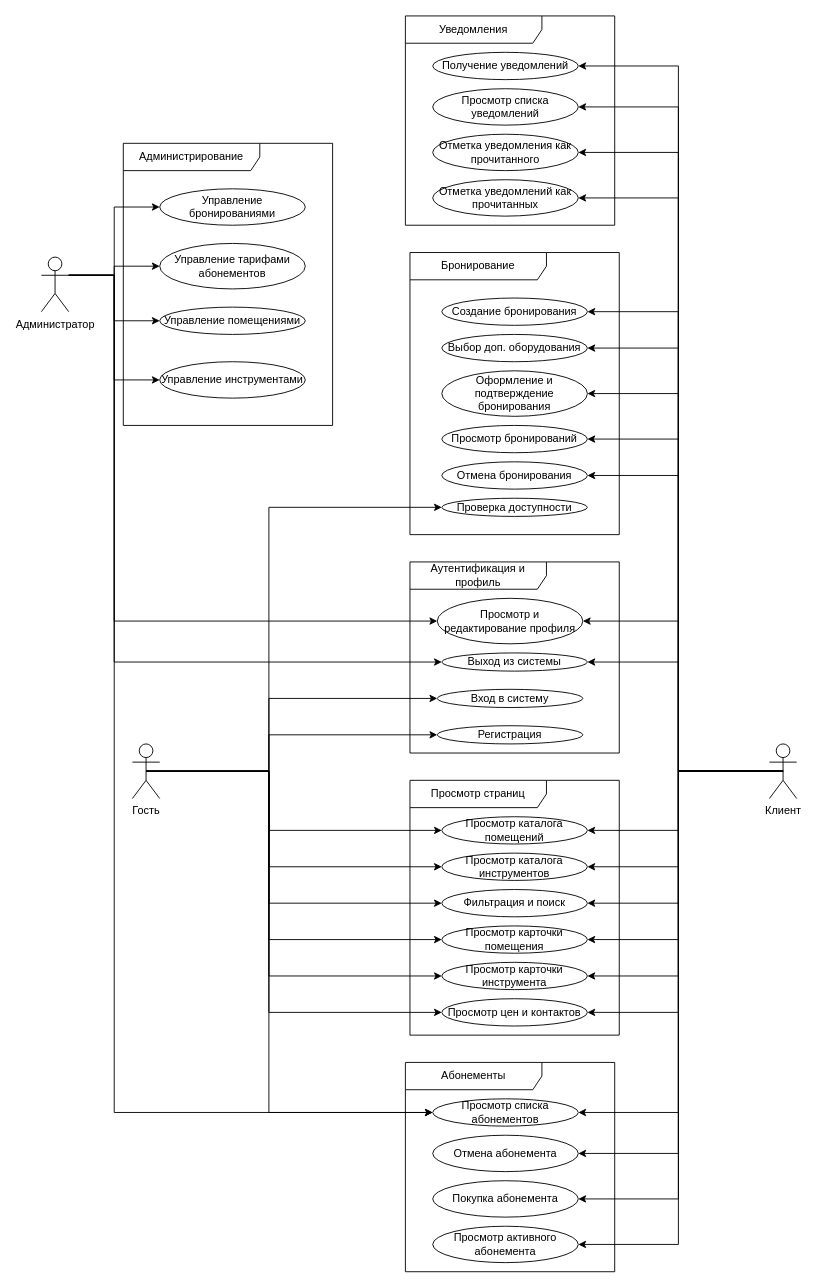
Before: page "Диаграмма вариантов использования (Use Case Diagram)" (1 of 3) of diploma_diagrams.drawio in limdizz/norbit-practice-project, a draw.io diagram. Source tidied: cells renumbered, new cells numbered last; positions are measured from the earlier drawing's top-left corner, leaving out a move shared by most shapes. Both pictures are drawn from the tidied source at 91%, with x=0, y=0 at pixel (41, 15).
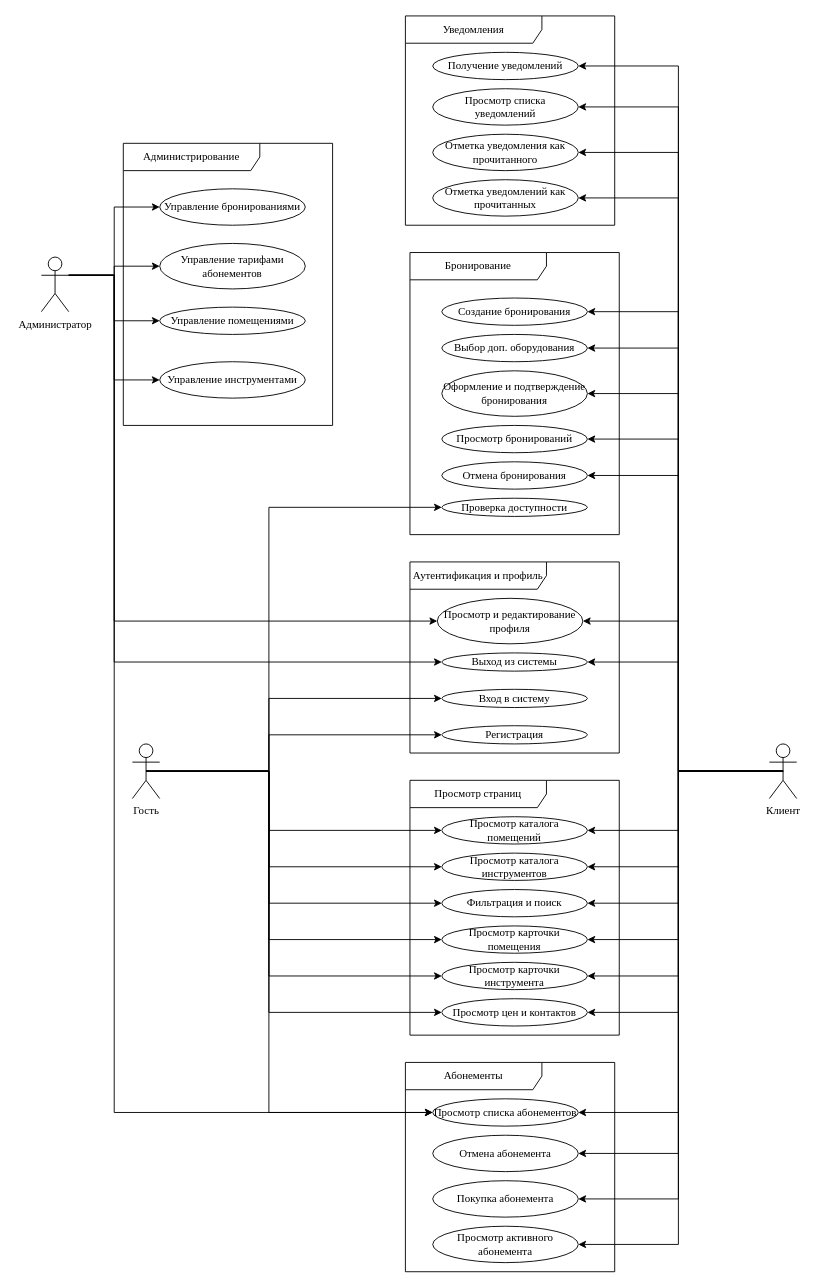
The same diagram, later.

Diff of the diagram source:
```diff
@@
-    <mxCell id="9" value="Администратор" style="shape=umlActor;verticalLabelPosition=bottom;verticalAlign=top;html=1;outlineConnect=0;" parent="1" vertex="1">
+    <mxCell id="9" value="&lt;font face=&quot;Times New Roman&quot;&gt;Администратор&lt;/font&gt;" style="shape=umlActor;verticalLabelPosition=bottom;verticalAlign=top;html=1;outlineConnect=0;" parent="1" vertex="1">
       <mxGeometry y="265" width="30" height="60" as="geometry" />
     </mxCell>
-    <mxCell id="10" value="Администрирование" style="shape=umlFrame;whiteSpace=wrap;html=1;width=150;height=30;" parent="1" vertex="1">
+    <mxCell id="10" value="&lt;font face=&quot;Times New Roman&quot;&gt;Администрирование&lt;/font&gt;" style="shape=umlFrame;whiteSpace=wrap;html=1;width=150;height=30;" parent="1" vertex="1">
       <mxGeometry x="90" y="140" width="230" height="310" as="geometry" />
     </mxCell>
-    <mxCell id="11" value="Управление бронированиями" style="ellipse;whiteSpace=wrap;html=1;" parent="1" vertex="1">
+    <mxCell id="11" value="&lt;font face=&quot;Times New Roman&quot;&gt;Управление бронированиями&lt;/font&gt;" style="ellipse;whiteSpace=wrap;html=1;" parent="1" vertex="1">
       <mxGeometry x="130" y="190" width="160" height="40" as="geometry" />
     </mxCell>
-    <mxCell id="12" value="Управление тарифами абонементов" style="ellipse;whiteSpace=wrap;html=1;" parent="1" vertex="1">
+    <mxCell id="12" value="&lt;font face=&quot;Times New Roman&quot;&gt;Управление тарифами абонементов&lt;/font&gt;" style="ellipse;whiteSpace=wrap;html=1;" parent="1" vertex="1">
       <mxGeometry x="130" y="250" width="160" height="50" as="geometry" />
     </mxCell>
-    <mxCell id="13" value="Управление помещениями" style="ellipse;whiteSpace=wrap;html=1;" parent="1" vertex="1">
+    <mxCell id="13" value="&lt;font face=&quot;Times New Roman&quot;&gt;Управление помещениями&lt;/font&gt;" style="ellipse;whiteSpace=wrap;html=1;" parent="1" vertex="1">
       <mxGeometry x="130" y="320" width="160" height="30" as="geometry" />
     </mxCell>
-    <mxCell id="14" value="Управление инструментами" style="ellipse;whiteSpace=wrap;html=1;" parent="1" vertex="1">
+    <mxCell id="14" value="&lt;font face=&quot;Times New Roman&quot;&gt;Управление инструментами&lt;/font&gt;" style="ellipse;whiteSpace=wrap;html=1;" parent="1" vertex="1">
       <mxGeometry x="130" y="380" width="160" height="40" as="geometry" />
     </mxCell>
@@
-    <mxCell id="36" value="Клиент" style="shape=umlActor;verticalLabelPosition=bottom;verticalAlign=top;html=1;" parent="1" vertex="1">
+    <mxCell id="36" value="&lt;font face=&quot;Times New Roman&quot;&gt;Клиент&lt;/font&gt;" style="shape=umlActor;verticalLabelPosition=bottom;verticalAlign=top;html=1;" parent="1" vertex="1">
       <mxGeometry x="800" y="800" width="30" height="60" as="geometry" />
     </mxCell>
@@
-    <mxCell id="47" value="Гость" style="shape=umlActor;verticalLabelPosition=bottom;verticalAlign=top;html=1;" parent="1" vertex="1">
+    <mxCell id="47" value="&lt;font face=&quot;Times New Roman&quot;&gt;Гость&lt;/font&gt;" style="shape=umlActor;verticalLabelPosition=bottom;verticalAlign=top;html=1;" parent="1" vertex="1">
       <mxGeometry x="100" y="800" width="30" height="60" as="geometry" />
     </mxCell>
-    <mxCell id="48" value="Бронирование" style="shape=umlFrame;whiteSpace=wrap;html=1;width=150;height=30;" parent="1" vertex="1">
+    <mxCell id="48" value="&lt;font face=&quot;Times New Roman&quot;&gt;Бронирование&lt;/font&gt;" style="shape=umlFrame;whiteSpace=wrap;html=1;width=150;height=30;" parent="1" vertex="1">
       <mxGeometry x="405" y="260" width="230" height="310" as="geometry" />
     </mxCell>
-    <mxCell id="49" value="Создание бронирования" style="ellipse;whiteSpace=wrap;html=1;" parent="1" vertex="1">
+    <mxCell id="49" value="&lt;font face=&quot;Times New Roman&quot;&gt;Создание бронирования&lt;/font&gt;" style="ellipse;whiteSpace=wrap;html=1;" parent="1" vertex="1">
       <mxGeometry x="440" y="310" width="160" height="30" as="geometry" />
     </mxCell>
-    <mxCell id="50" value="Выбор доп. оборудования" style="ellipse;whiteSpace=wrap;html=1;" parent="1" vertex="1">
+    <mxCell id="50" value="&lt;font face=&quot;Times New Roman&quot;&gt;Выбор доп. оборудования&lt;/font&gt;" style="ellipse;whiteSpace=wrap;html=1;" parent="1" vertex="1">
       <mxGeometry x="440" y="350" width="160" height="30" as="geometry" />
     </mxCell>
-    <mxCell id="51" value="Оформление и подтверждение бронирования" style="ellipse;whiteSpace=wrap;html=1;" parent="1" vertex="1">
+    <mxCell id="51" value="&lt;font face=&quot;Times New Roman&quot;&gt;Оформление и подтверждение бронирования&lt;/font&gt;" style="ellipse;whiteSpace=wrap;html=1;" parent="1" vertex="1">
       <mxGeometry x="440" y="390" width="160" height="50" as="geometry" />
     </mxCell>
-    <mxCell id="52" value="Просмотр бронирований" style="ellipse;whiteSpace=wrap;html=1;" parent="1" vertex="1">
+    <mxCell id="52" value="&lt;font face=&quot;Times New Roman&quot;&gt;Просмотр бронирований&lt;/font&gt;" style="ellipse;whiteSpace=wrap;html=1;" parent="1" vertex="1">
       <mxGeometry x="440" y="450" width="160" height="30" as="geometry" />
     </mxCell>
-    <mxCell id="53" value="Отмена бронирования" style="ellipse;whiteSpace=wrap;html=1;" parent="1" vertex="1">
+    <mxCell id="53" value="&lt;font face=&quot;Times New Roman&quot;&gt;Отмена бронирования&lt;/font&gt;" style="ellipse;whiteSpace=wrap;html=1;" parent="1" vertex="1">
       <mxGeometry x="440" y="490" width="160" height="30" as="geometry" />
     </mxCell>
-    <mxCell id="54" value="Проверка доступности" style="ellipse;whiteSpace=wrap;html=1;" parent="1" vertex="1">
+    <mxCell id="54" value="&lt;font face=&quot;Times New Roman&quot;&gt;Проверка доступности&lt;/font&gt;" style="ellipse;whiteSpace=wrap;html=1;" parent="1" vertex="1">
       <mxGeometry x="440" y="530" width="160" height="20" as="geometry" />
     </mxCell>
-    <mxCell id="55" value="Аутентификация и профиль" style="shape=umlFrame;whiteSpace=wrap;html=1;width=150;height=30;" parent="1" vertex="1">
+    <mxCell id="55" value="&lt;font face=&quot;Times New Roman&quot;&gt;Аутентификация и профиль&lt;/font&gt;" style="shape=umlFrame;whiteSpace=wrap;html=1;width=150;height=30;" parent="1" vertex="1">
       <mxGeometry x="405" y="600" width="230" height="210" as="geometry" />
     </mxCell>
-    <mxCell id="56" value="Просмотр и редактирование профиля" style="ellipse;whiteSpace=wrap;html=1;" parent="1" vertex="1">
+    <mxCell id="56" value="&lt;font face=&quot;Times New Roman&quot;&gt;Просмотр и редактирование профиля&lt;/font&gt;" style="ellipse;whiteSpace=wrap;html=1;" parent="1" vertex="1">
       <mxGeometry x="435" y="640" width="160" height="50" as="geometry" />
     </mxCell>
-    <mxCell id="57" value="Выход из системы" style="ellipse;whiteSpace=wrap;html=1;" parent="1" vertex="1">
+    <mxCell id="57" value="&lt;font face=&quot;Times New Roman&quot;&gt;Выход из системы&lt;/font&gt;" style="ellipse;whiteSpace=wrap;html=1;" parent="1" vertex="1">
       <mxGeometry x="440" y="700" width="160" height="20" as="geometry" />
     </mxCell>
-    <mxCell id="58" value="Вход в систему" style="ellipse;whiteSpace=wrap;html=1;" parent="1" vertex="1">
-      <mxGeometry x="435" y="740" width="160" height="20" as="geometry" />
+    <mxCell id="58" value="&lt;font face=&quot;Times New Roman&quot;&gt;Вход в систему&lt;/font&gt;" style="ellipse;whiteSpace=wrap;html=1;" parent="1" vertex="1">
+      <mxGeometry x="440" y="740" width="160" height="20" as="geometry" />
     </mxCell>
-    <mxCell id="59" value="Регистрация" style="ellipse;whiteSpace=wrap;html=1;" parent="1" vertex="1">
-      <mxGeometry x="435" y="780" width="160" height="20" as="geometry" />
+    <mxCell id="59" value="&lt;font face=&quot;Times New Roman&quot;&gt;Регистрация&lt;/font&gt;" style="ellipse;whiteSpace=wrap;html=1;" parent="1" vertex="1">
+      <mxGeometry x="440" y="780" width="160" height="20" as="geometry" />
     </mxCell>
-    <mxCell id="60" value="Уведомления" style="shape=umlFrame;whiteSpace=wrap;html=1;width=150;height=30;" parent="1" vertex="1">
+    <mxCell id="60" value="&lt;font face=&quot;Times New Roman&quot;&gt;Уведомления&lt;/font&gt;" style="shape=umlFrame;whiteSpace=wrap;html=1;width=150;height=30;" parent="1" vertex="1">
       <mxGeometry x="400" width="230" height="230" as="geometry" />
     </mxCell>
-    <mxCell id="61" value="Получение уведомлений" style="ellipse;whiteSpace=wrap;html=1;" parent="1" vertex="1">
+    <mxCell id="61" value="&lt;font face=&quot;Times New Roman&quot;&gt;Получение уведомлений&lt;/font&gt;" style="ellipse;whiteSpace=wrap;html=1;" parent="1" vertex="1">
       <mxGeometry x="430" y="40" width="160" height="30" as="geometry" />
     </mxCell>
-    <mxCell id="62" value="Просмотр списка уведомлений" style="ellipse;whiteSpace=wrap;html=1;" parent="1" vertex="1">
+    <mxCell id="62" value="&lt;font face=&quot;Times New Roman&quot;&gt;Просмотр списка уведомлений&lt;/font&gt;" style="ellipse;whiteSpace=wrap;html=1;" parent="1" vertex="1">
       <mxGeometry x="430" y="80" width="160" height="40" as="geometry" />
     </mxCell>
-    <mxCell id="63" value="Отметка уведомления как прочитанного" style="ellipse;whiteSpace=wrap;html=1;" parent="1" vertex="1">
+    <mxCell id="63" value="&lt;font face=&quot;Times New Roman&quot;&gt;Отметка уведомления как прочитанного&lt;/font&gt;" style="ellipse;whiteSpace=wrap;html=1;" parent="1" vertex="1">
       <mxGeometry x="430" y="130" width="160" height="40" as="geometry" />
     </mxCell>
-    <mxCell id="64" value="Отметка уведомлений как прочитанных" style="ellipse;whiteSpace=wrap;html=1;" parent="1" vertex="1">
+    <mxCell id="64" value="&lt;font face=&quot;Times New Roman&quot;&gt;Отметка уведомлений как прочитанных&lt;/font&gt;" style="ellipse;whiteSpace=wrap;html=1;" parent="1" vertex="1">
       <mxGeometry x="430" y="180" width="160" height="40" as="geometry" />
     </mxCell>
-    <mxCell id="65" value="Просмотр страниц" style="shape=umlFrame;whiteSpace=wrap;html=1;width=150;height=30;" parent="1" vertex="1">
+    <mxCell id="65" value="&lt;font face=&quot;Times New Roman&quot;&gt;Просмотр страниц&lt;/font&gt;" style="shape=umlFrame;whiteSpace=wrap;html=1;width=150;height=30;" parent="1" vertex="1">
       <mxGeometry x="405" y="840" width="230" height="280" as="geometry" />
     </mxCell>
-    <mxCell id="66" value="Просмотр каталога помещений" style="ellipse;whiteSpace=wrap;html=1;" parent="1" vertex="1">
+    <mxCell id="66" value="&lt;font face=&quot;Times New Roman&quot;&gt;Просмотр каталога помещений&lt;/font&gt;" style="ellipse;whiteSpace=wrap;html=1;" parent="1" vertex="1">
       <mxGeometry x="440" y="880" width="160" height="30" as="geometry" />
     </mxCell>
-    <mxCell id="67" value="Просмотр каталога инструментов" style="ellipse;whiteSpace=wrap;html=1;" parent="1" vertex="1">
+    <mxCell id="67" value="&lt;font face=&quot;Times New Roman&quot;&gt;Просмотр каталога инструментов&lt;/font&gt;" style="ellipse;whiteSpace=wrap;html=1;" parent="1" vertex="1">
       <mxGeometry x="440" y="920" width="160" height="30" as="geometry" />
     </mxCell>
-    <mxCell id="68" value="Фильтрация и поиск" style="ellipse;whiteSpace=wrap;html=1;" parent="1" vertex="1">
+    <mxCell id="68" value="&lt;font face=&quot;Times New Roman&quot;&gt;Фильтрация и поиск&lt;/font&gt;" style="ellipse;whiteSpace=wrap;html=1;" parent="1" vertex="1">
       <mxGeometry x="440" y="960" width="160" height="30" as="geometry" />
     </mxCell>
-    <mxCell id="69" value="Просмотр карточки помещения" style="ellipse;whiteSpace=wrap;html=1;" parent="1" vertex="1">
+    <mxCell id="69" value="&lt;font face=&quot;Times New Roman&quot;&gt;Просмотр карточки помещения&lt;/font&gt;" style="ellipse;whiteSpace=wrap;html=1;" parent="1" vertex="1">
       <mxGeometry x="440" y="1000" width="160" height="30" as="geometry" />
     </mxCell>
-    <mxCell id="70" value="Просмотр карточки инструмента" style="ellipse;whiteSpace=wrap;html=1;" parent="1" vertex="1">
+    <mxCell id="70" value="&lt;font face=&quot;Times New Roman&quot;&gt;Просмотр карточки инструмента&lt;/font&gt;" style="ellipse;whiteSpace=wrap;html=1;" parent="1" vertex="1">
       <mxGeometry x="440" y="1040" width="160" height="30" as="geometry" />
     </mxCell>
-    <mxCell id="71" value="Просмотр цен и контактов" style="ellipse;whiteSpace=wrap;html=1;" parent="1" vertex="1">
+    <mxCell id="71" value="&lt;font face=&quot;Times New Roman&quot;&gt;Просмотр цен и контактов&lt;/font&gt;" style="ellipse;whiteSpace=wrap;html=1;" parent="1" vertex="1">
       <mxGeometry x="440" y="1080" width="160" height="30" as="geometry" />
     </mxCell>
-    <mxCell id="72" value="Абонементы" style="shape=umlFrame;whiteSpace=wrap;html=1;width=150;height=30;" parent="1" vertex="1">
+    <mxCell id="72" value="&lt;font face=&quot;Times New Roman&quot;&gt;Абонементы&lt;/font&gt;" style="shape=umlFrame;whiteSpace=wrap;html=1;width=150;height=30;" parent="1" vertex="1">
       <mxGeometry x="400" y="1150" width="230" height="230" as="geometry" />
     </mxCell>
-    <mxCell id="73" value="Просмотр списка абонементов" style="ellipse;whiteSpace=wrap;html=1;" parent="1" vertex="1">
+    <mxCell id="73" value="&lt;font face=&quot;Times New Roman&quot;&gt;Просмотр списка абонементов&lt;/font&gt;" style="ellipse;whiteSpace=wrap;html=1;" parent="1" vertex="1">
       <mxGeometry x="430" y="1190" width="160" height="30" as="geometry" />
     </mxCell>
-    <mxCell id="74" value="Отмена абонемента" style="ellipse;whiteSpace=wrap;html=1;" parent="1" vertex="1">
+    <mxCell id="74" value="&lt;font face=&quot;Times New Roman&quot;&gt;Отмена абонемента&lt;/font&gt;" style="ellipse;whiteSpace=wrap;html=1;" parent="1" vertex="1">
       <mxGeometry x="430" y="1230" width="160" height="40" as="geometry" />
     </mxCell>
-    <mxCell id="75" value="Покупка абонемента" style="ellipse;whiteSpace=wrap;html=1;" parent="1" vertex="1">
+    <mxCell id="75" value="&lt;font face=&quot;Times New Roman&quot;&gt;Покупка абонемента&lt;/font&gt;" style="ellipse;whiteSpace=wrap;html=1;" parent="1" vertex="1">
       <mxGeometry x="430" y="1280" width="160" height="40" as="geometry" />
     </mxCell>
-    <mxCell id="76" value="Просмотр активного абонемента" style="ellipse;whiteSpace=wrap;html=1;" parent="1" vertex="1">
+    <mxCell id="76" value="&lt;font face=&quot;Times New Roman&quot;&gt;Просмотр активного абонемента&lt;/font&gt;" style="ellipse;whiteSpace=wrap;html=1;" parent="1" vertex="1">
       <mxGeometry x="430" y="1330" width="160" height="40" as="geometry" />
     </mxCell>
```
